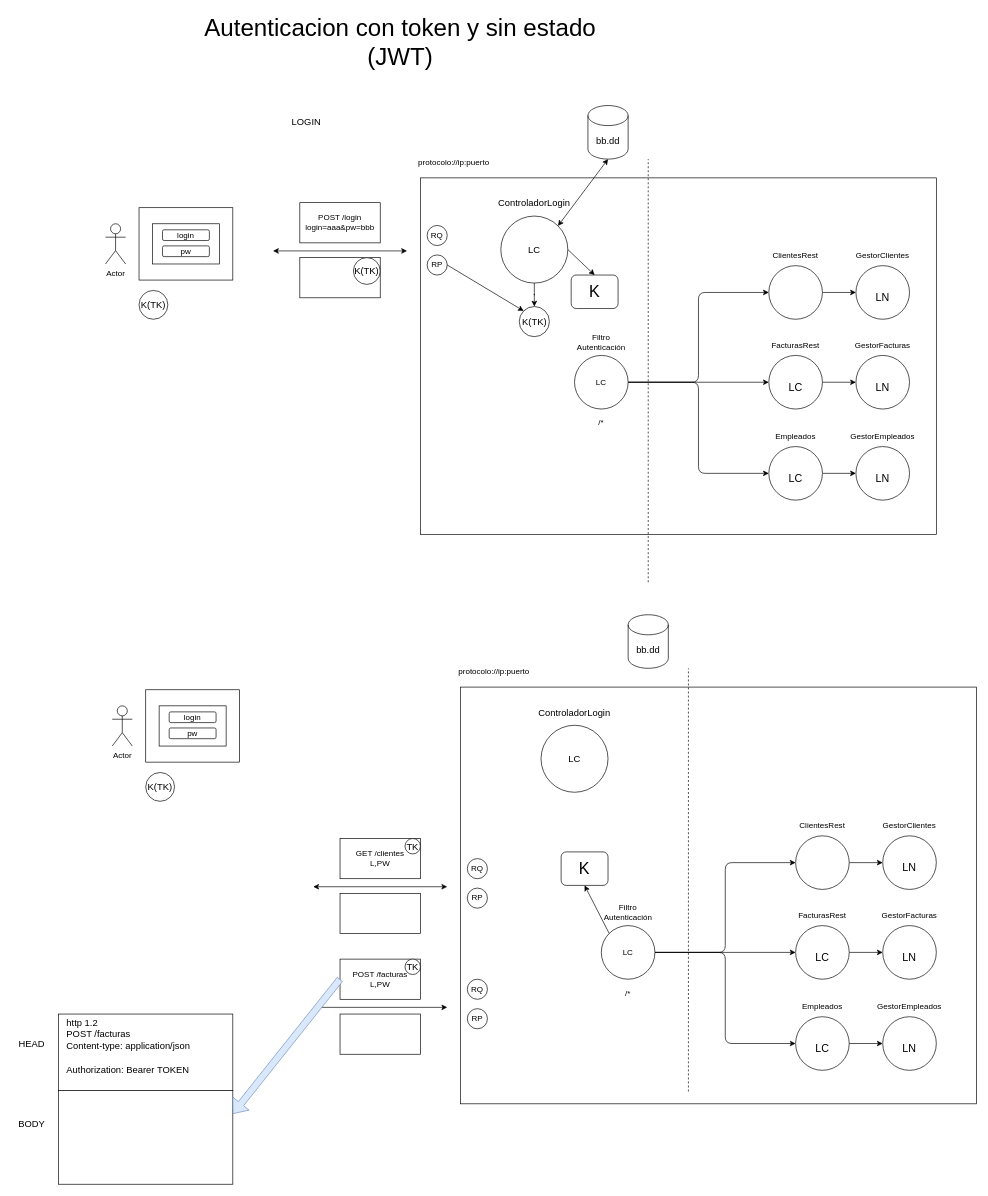
This is page "Página-5" (5 of 18) of dibujos.drawio from lrag/seguridad_java, a draw.io file, before an edit. Source tidied: cells renumbered, new cells numbered last; positions are measured from the earlier drawing's top-left corner, leaving out a move shared by most shapes. Both pictures are drawn from the tidied source at 67%, with x=0, y=0 at pixel (11, 11).
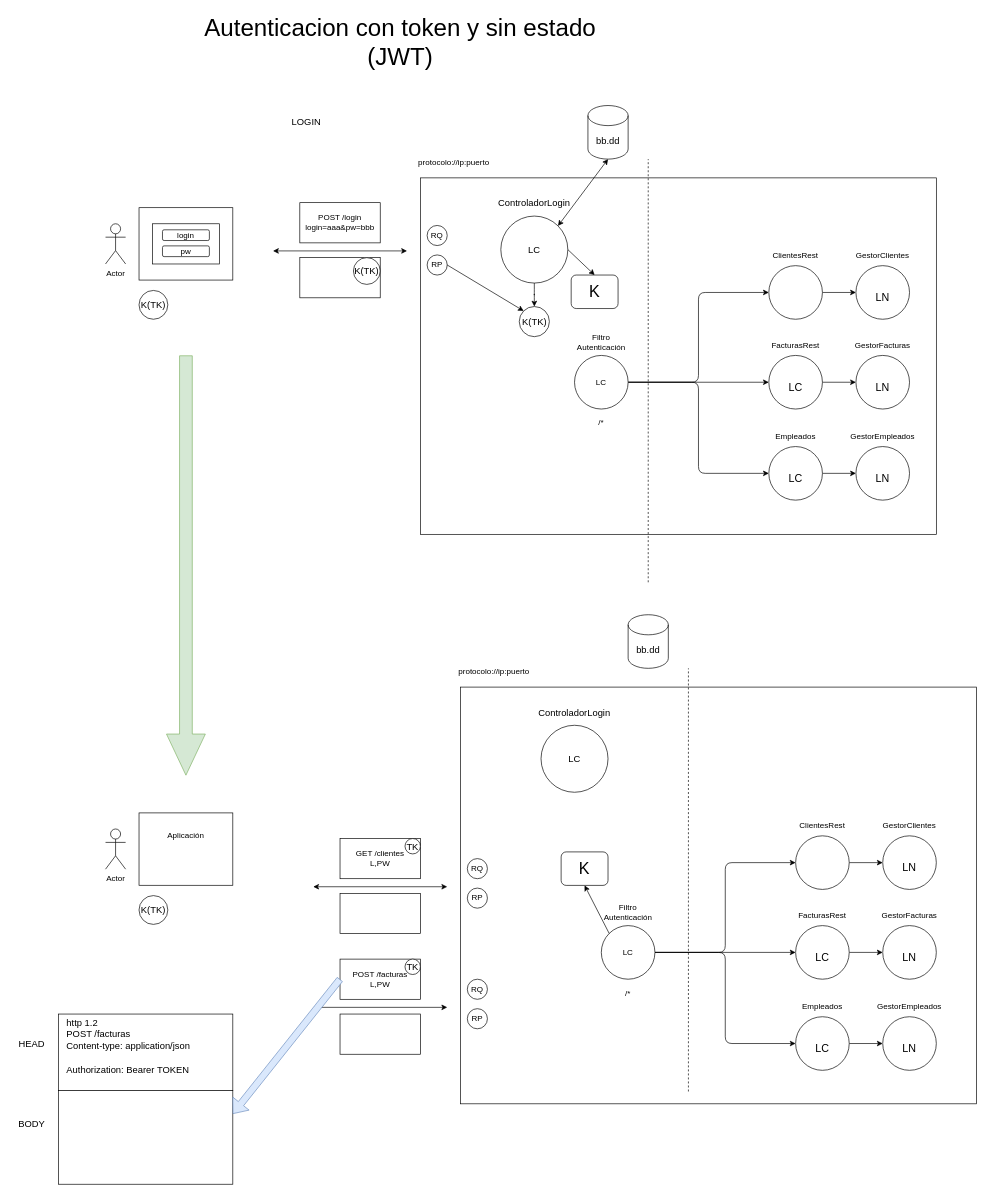
Above is the later version.

What changed in the source:
```diff
@@
     <mxCell id="47" style="rounded=0;whiteSpace=wrap;html=1;fontSize=12;" parent="1" vertex="1">
-      <mxGeometry x="200" y="1012" width="140" height="108" as="geometry" />
+      <mxGeometry x="190" y="1195.8" width="140" height="108" as="geometry" />
     </mxCell>
-    <mxCell id="48" style="rounded=0;whiteSpace=wrap;html=1;fontSize=14;" parent="1" vertex="1">
-      <mxGeometry x="220" y="1036" width="100" height="60" as="geometry" />
-    </mxCell>
@@
     <mxCell id="65" value="Actor" style="shape=umlActor;verticalLabelPosition=bottom;verticalAlign=top;html=1;fontSize=12;" parent="1" vertex="1">
-      <mxGeometry x="150" y="1036" width="30" height="60" as="geometry" />
+      <mxGeometry x="140" y="1219.8" width="30" height="60" as="geometry" />
     </mxCell>
-    <mxCell id="66" value="login" style="rounded=1;whiteSpace=wrap;html=1;fontSize=12;" parent="1" vertex="1">
-      <mxGeometry x="235" y="1045" width="70" height="16" as="geometry" />
-    </mxCell>
-    <mxCell id="67" value="pw" style="rounded=1;whiteSpace=wrap;html=1;fontSize=12;" parent="1" vertex="1">
-      <mxGeometry x="235" y="1069" width="70" height="16" as="geometry" />
-    </mxCell>
@@
     <mxCell id="96" value="K(TK)" style="ellipse;whiteSpace=wrap;html=1;fontSize=14;align=center;" parent="1" vertex="1">
-      <mxGeometry x="200" y="1135.5" width="43" height="43" as="geometry" />
+      <mxGeometry x="190" y="1319.2" width="43" height="43" as="geometry" />
     </mxCell>
@@
+    <mxCell id="105" style="shape=flexArrow;endArrow=classic;html=1;rounded=1;fontSize=12;strokeWidth=1;endWidth=38;endSize=20.13;width=19;fillColor=#d5e8d4;strokeColor=#82b366;" parent="1" edge="1">
+      <mxGeometry relative="1" as="geometry">
+        <mxPoint x="260" y="513" as="sourcePoint" />
+        <mxPoint x="260" y="1140" as="targetPoint" />
+      </mxGeometry>
+    </mxCell>
+    <mxCell id="106" value="Aplicación" style="text;html=1;strokeColor=none;fillColor=none;align=center;verticalAlign=middle;whiteSpace=wrap;rounded=0;fontSize=12;" parent="1" vertex="1">
+      <mxGeometry x="230" y="1214.8" width="60" height="30" as="geometry" />
+    </mxCell>
```
